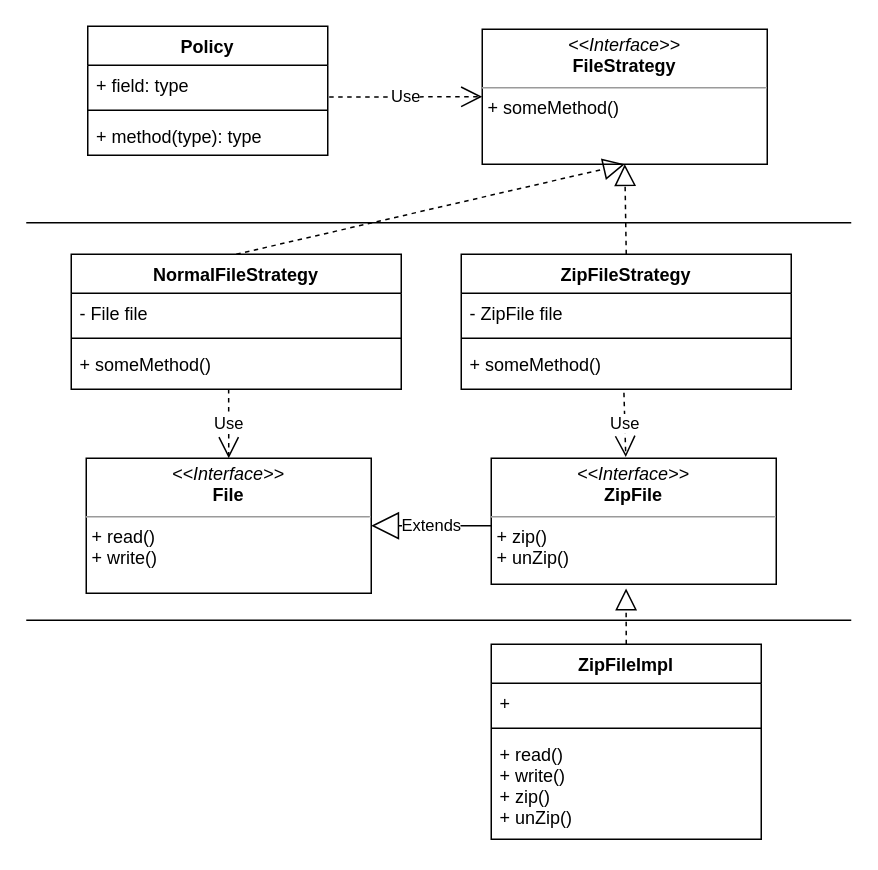
Before: page "inversion" (1 of 7) of dip/dip01.drawio in Dae-Hwa/diagrams, a draw.io diagram. Source tidied: cells renumbered, new cells numbered last; positions are measured from the earlier drawing's top-left corner, leaving out a move shared by most shapes. Both pictures are drawn from the tidied source at 150%, with x=0, y=0 at pixel (26, 26).
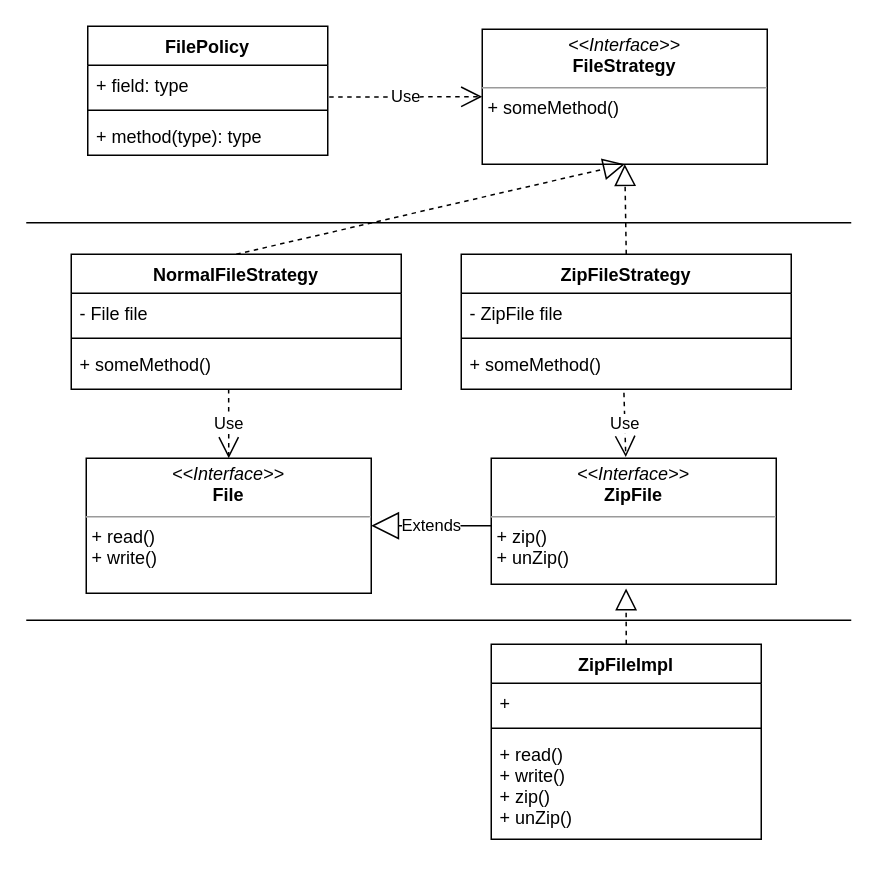
Above is the later version.

Diff of the diagram source:
```diff
@@
-    <mxCell id="26" value="Policy" style="swimlane;fontStyle=1;align=center;verticalAlign=top;horizontal=1;startSize=26;" parent="1" vertex="1">
+    <mxCell id="26" value="FilePolicy" style="swimlane;fontStyle=1;align=center;verticalAlign=top;horizontal=1;startSize=26;" parent="1" vertex="1">
       <mxGeometry x="41" width="160" height="86" as="geometry" />
     </mxCell>
```
